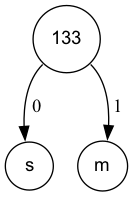
Procuste34/codage_huffman_c keeps this Graphviz diagram as fichiers_viz/arbre_codage_etape_6.png. Above is the earlier version. Its source is kept beside it as fichiers_viz/arbre_codage_etape_6.dot.
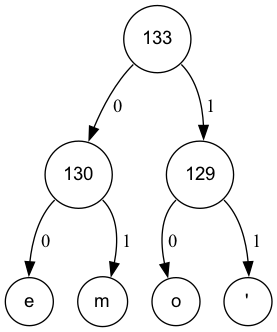
After the commit.

Diff of the diagram source:
```diff
@@ -1,8 +1,16 @@
 digraph POT_test {
 node [fontname="Arial", shape="circle", width=0.5];
 133 [label = "133"]
-115 [label = "s"]
+130 [label = "130"]
+101 [label = "e"]
 109 [label = "m"]
-133:sw -> 115 [label = " 0"]
-133:se -> 109 [label = " 1"]
+130:sw -> 101 [label = " 0"]
+130:se -> 109 [label = " 1"]
+129 [label = "129"]
+111 [label = "o"]
+39 [label = "'"]
+129:sw -> 111 [label = " 0"]
+129:se -> 39 [label = " 1"]
+133:sw -> 130 [label = " 0"]
+133:se -> 129 [label = " 1"]
 }
```
